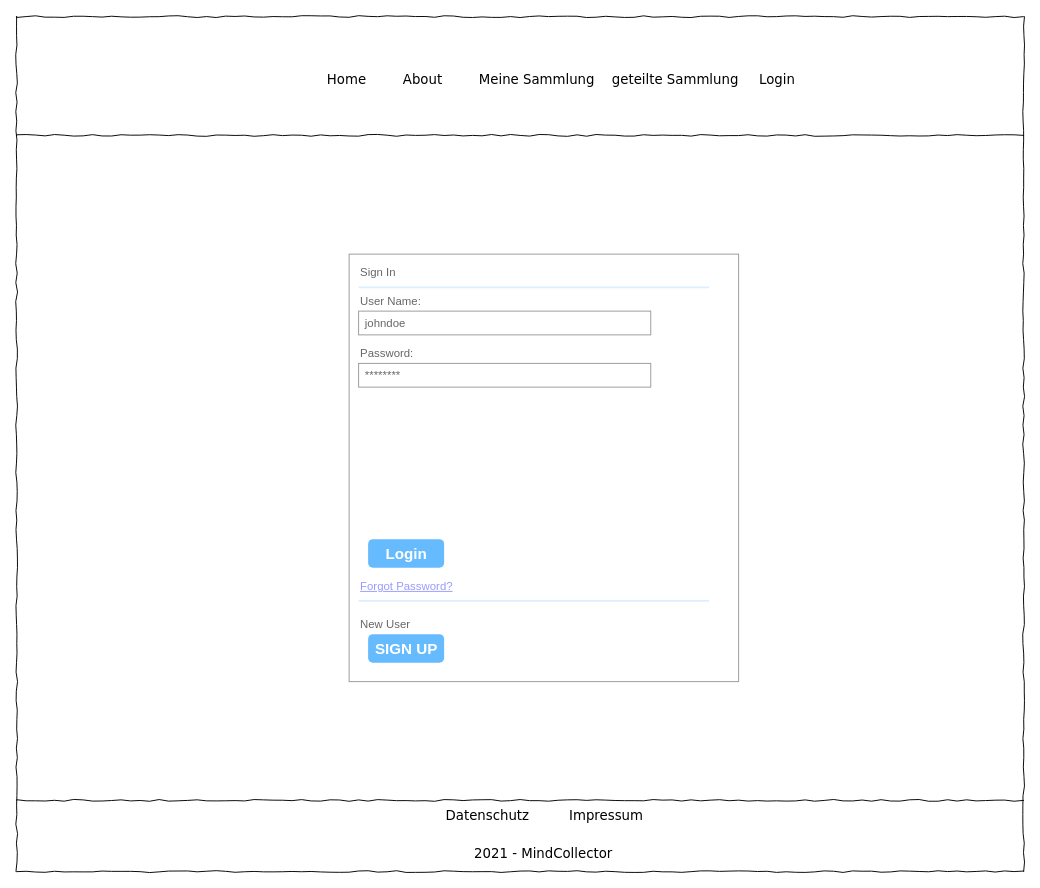
This is page "Login" (4 of 10) of Mockup/mockups.drawio from MindCollector-Softwareprojekt2021/MindCollector, a draw.io file, before an edit. Source tidied: cells renumbered, new cells numbered last; positions are measured from the earlier drawing's top-left corner, leaving out a move shared by most shapes. Both pictures are drawn from the tidied source at 95%, with x=0, y=0 at pixel (16, 16).
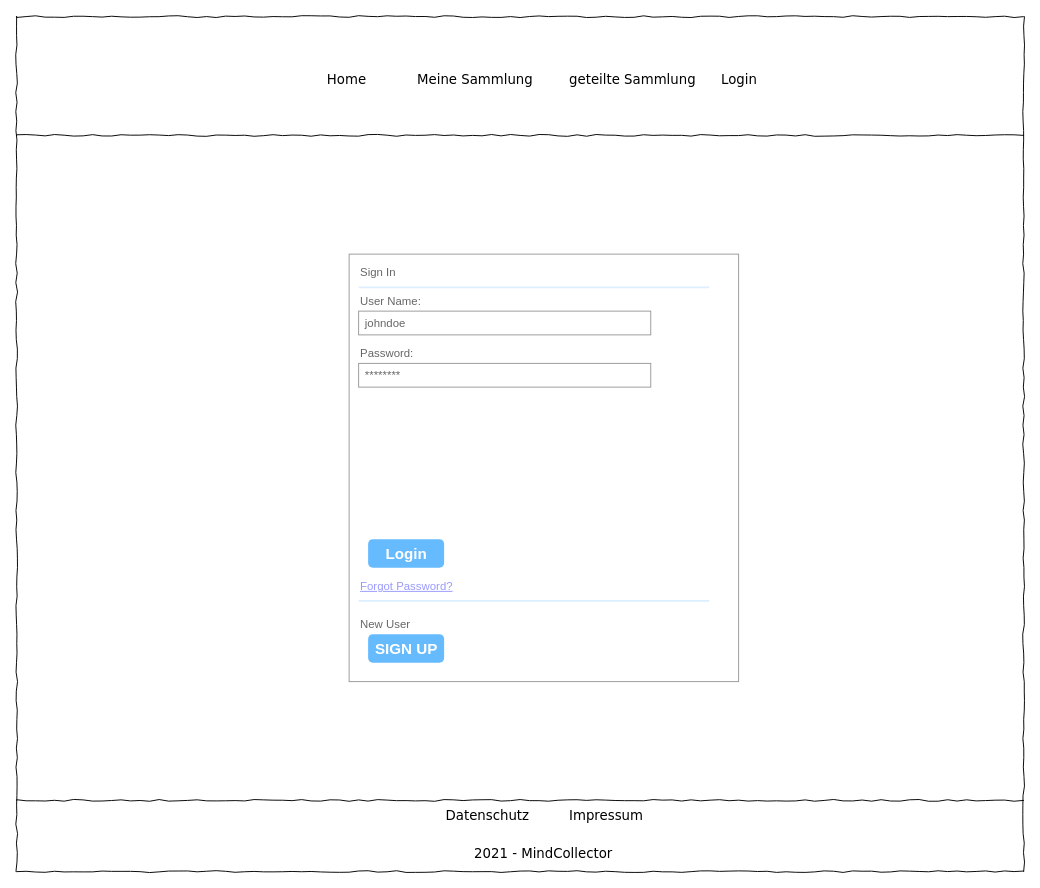
The same page after the edit.

Diff of the diagram source:
```diff
@@
-    <mxCell id="4" value="About" style="text;html=1;align=left;verticalAlign=top;spacingTop=-4;fontSize=14;fontFamily=Verdana;" parent="1" vertex="1">
-      <mxGeometry x="405" y="55" width="60" height="20" as="geometry" />
-    </mxCell>
     <mxCell id="5" value="Meine Sammlung" style="text;html=1;align=left;verticalAlign=top;spacingTop=-4;fontSize=14;fontFamily=Verdana;" parent="1" vertex="1">
-      <mxGeometry x="485" y="55" width="90" height="20" as="geometry" />
+      <mxGeometry x="420" y="55" width="90" height="20" as="geometry" />
     </mxCell>
@@
     <mxCell id="11" value="geteilte Sammlung" style="text;html=1;align=left;verticalAlign=top;spacingTop=-4;fontSize=14;fontFamily=Verdana;" parent="1" vertex="1">
-      <mxGeometry x="625" y="55" width="90" height="20" as="geometry" />
+      <mxGeometry x="580" y="55" width="90" height="20" as="geometry" />
     </mxCell>
     <mxCell id="12" value="Login" style="text;html=1;align=left;verticalAlign=top;spacingTop=-4;fontSize=14;fontFamily=Verdana;" parent="1" vertex="1">
-      <mxGeometry x="780" y="55" width="90" height="20" as="geometry" />
+      <mxGeometry x="740" y="55" width="90" height="20" as="geometry" />
     </mxCell>
```
